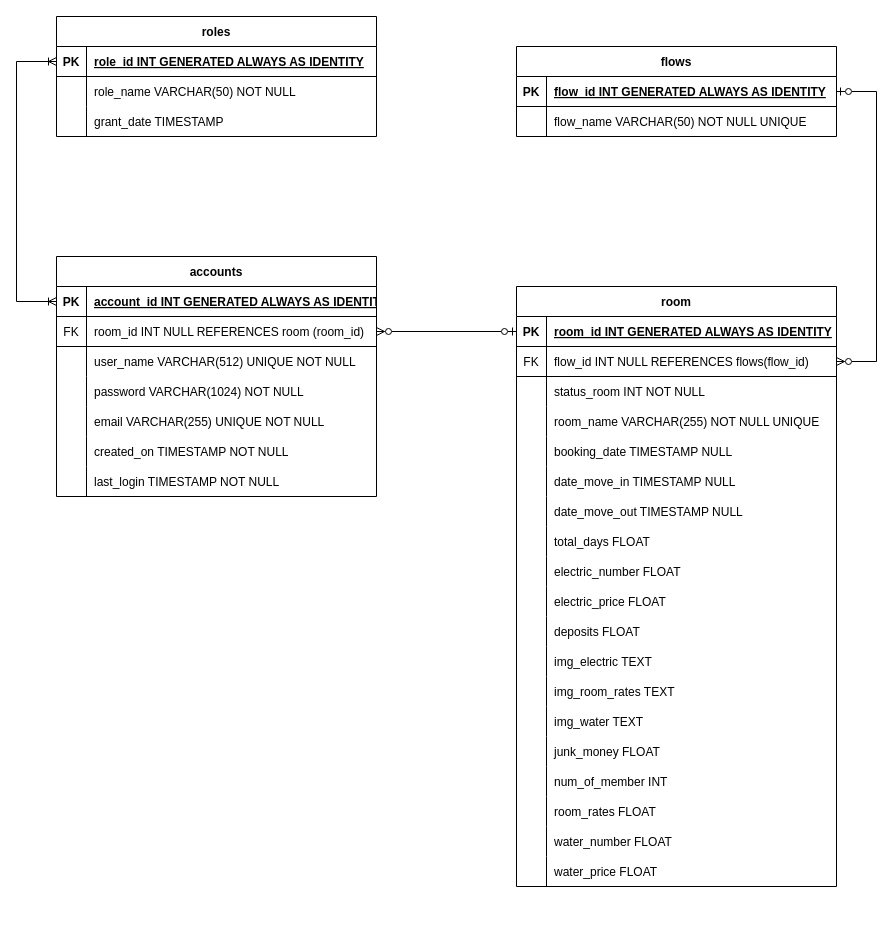
hp210693/motel keeps this draw.io diagram as page "databases" (1 of 2) of architecture-overview/motel.drawio. Above is the earlier version. Source tidied: cells renumbered, new cells numbered last; positions are measured from the earlier drawing's top-left corner, leaving out a move shared by most shapes. Both pictures are drawn from the tidied source at 100%, with x=0, y=0 at pixel (16, 16).
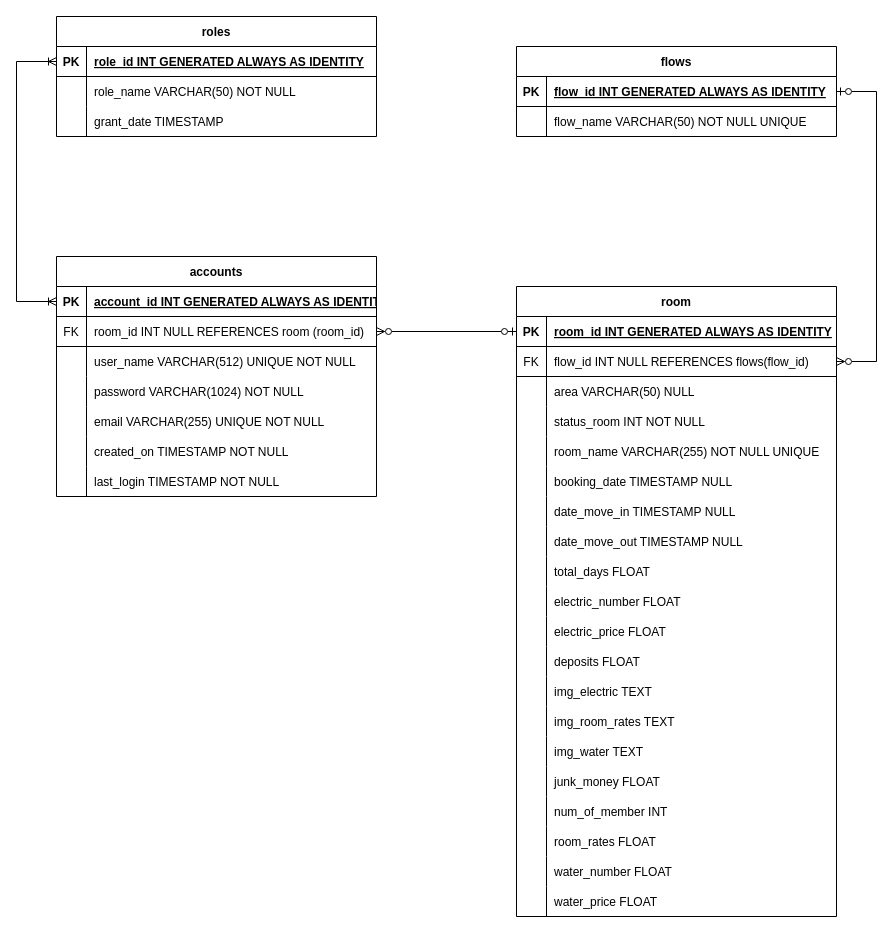
The same page after the edit.

The change refers to these unchanged cells:
```xml
<mxCell id="39" style="group;" parent="1" vertex="1">
  <mxGeometry x="500" y="30" width="360" height="690" as="geometry" />
</mxCell>
<mxCell id="54" style="shape=tableRow;horizontal=0;startSize=0;swimlaneHead=0;swimlaneBody=0;fillColor=none;strokeColor=inherit;top=0;left=0;right=0;bottom=0;" parent="47" vertex="1">
  <mxGeometry y="90" width="320" height="30" as="geometry" />
</mxCell>
```

What changed in the source:
```diff
@@
     <mxCell id="47" value="room" style="shape=table;startSize=30;childLayout=tableLayout;rowLines=0;fontStyle=1;align=center;" parent="39" vertex="1">
-      <mxGeometry y="240" width="320" height="600" as="geometry" />
+      <mxGeometry y="240" width="320" height="630" as="geometry" />
     </mxCell>
@@
-    <mxCell id="56" value="status_room INT NOT NULL" style="shape=partialRectangle;overflow=hidden;fillColor=none;align=left;strokeColor=inherit;top=0;left=0;bottom=0;right=0;spacingLeft=6;" parent="54" vertex="1">
+    <mxCell id="56" value="area VARCHAR(50) NULL" style="shape=partialRectangle;overflow=hidden;fillColor=none;align=left;strokeColor=inherit;top=0;left=0;bottom=0;right=0;spacingLeft=6;" parent="54" vertex="1">
       <mxGeometry x="30" width="290" height="30" as="geometry" />
     </mxCell>
+    <mxCell id="106" style="shape=tableRow;horizontal=0;startSize=0;swimlaneHead=0;swimlaneBody=0;fillColor=none;strokeColor=inherit;top=0;left=0;right=0;bottom=0;" parent="47" vertex="1">
+      <mxGeometry y="120" width="320" height="30" as="geometry" />
+    </mxCell>
+    <mxCell id="107" style="shape=partialRectangle;overflow=hidden;fillColor=none;strokeColor=inherit;top=0;left=0;bottom=0;right=0;" parent="106" vertex="1">
+      <mxGeometry width="30" height="30" as="geometry" />
+    </mxCell>
+    <mxCell id="108" value="status_room INT NOT NULL" style="shape=partialRectangle;overflow=hidden;fillColor=none;align=left;strokeColor=inherit;top=0;left=0;bottom=0;right=0;spacingLeft=6;" parent="106" vertex="1">
+      <mxGeometry x="30" width="290" height="30" as="geometry" />
+    </mxCell>
     <mxCell id="57" style="shape=tableRow;horizontal=0;startSize=0;swimlaneHead=0;swimlaneBody=0;fillColor=none;strokeColor=inherit;top=0;left=0;right=0;bottom=0;" parent="47" vertex="1">
-      <mxGeometry y="120" width="320" height="30" as="geometry" />
+      <mxGeometry y="150" width="320" height="30" as="geometry" />
     </mxCell>
@@
     <mxCell id="60" style="shape=tableRow;horizontal=0;startSize=0;swimlaneHead=0;swimlaneBody=0;fillColor=none;strokeColor=inherit;top=0;left=0;right=0;bottom=0;" parent="47" vertex="1">
-      <mxGeometry y="150" width="320" height="30" as="geometry" />
+      <mxGeometry y="180" width="320" height="30" as="geometry" />
     </mxCell>
@@
     <mxCell id="63" style="shape=tableRow;horizontal=0;startSize=0;swimlaneHead=0;swimlaneBody=0;fillColor=none;strokeColor=inherit;top=0;left=0;right=0;bottom=0;" parent="47" vertex="1">
-      <mxGeometry y="180" width="320" height="30" as="geometry" />
+      <mxGeometry y="210" width="320" height="30" as="geometry" />
     </mxCell>
@@
     <mxCell id="66" style="shape=tableRow;horizontal=0;startSize=0;swimlaneHead=0;swimlaneBody=0;fillColor=none;strokeColor=inherit;top=0;left=0;right=0;bottom=0;" parent="47" vertex="1">
-      <mxGeometry y="210" width="320" height="30" as="geometry" />
+      <mxGeometry y="240" width="320" height="30" as="geometry" />
     </mxCell>
@@
     <mxCell id="69" style="shape=tableRow;horizontal=0;startSize=0;swimlaneHead=0;swimlaneBody=0;fillColor=none;strokeColor=inherit;top=0;left=0;right=0;bottom=0;" parent="47" vertex="1">
-      <mxGeometry y="240" width="320" height="30" as="geometry" />
+      <mxGeometry y="270" width="320" height="30" as="geometry" />
     </mxCell>
@@
     <mxCell id="72" style="shape=tableRow;horizontal=0;startSize=0;swimlaneHead=0;swimlaneBody=0;fillColor=none;strokeColor=inherit;top=0;left=0;right=0;bottom=0;" parent="47" vertex="1">
-      <mxGeometry y="270" width="320" height="30" as="geometry" />
+      <mxGeometry y="300" width="320" height="30" as="geometry" />
     </mxCell>
@@
     <mxCell id="75" style="shape=tableRow;horizontal=0;startSize=0;swimlaneHead=0;swimlaneBody=0;fillColor=none;strokeColor=inherit;top=0;left=0;right=0;bottom=0;" parent="47" vertex="1">
-      <mxGeometry y="300" width="320" height="30" as="geometry" />
+      <mxGeometry y="330" width="320" height="30" as="geometry" />
     </mxCell>
@@
     <mxCell id="78" style="shape=tableRow;horizontal=0;startSize=0;swimlaneHead=0;swimlaneBody=0;fillColor=none;strokeColor=inherit;top=0;left=0;right=0;bottom=0;" parent="47" vertex="1">
-      <mxGeometry y="330" width="320" height="30" as="geometry" />
+      <mxGeometry y="360" width="320" height="30" as="geometry" />
     </mxCell>
@@
     <mxCell id="81" style="shape=tableRow;horizontal=0;startSize=0;swimlaneHead=0;swimlaneBody=0;fillColor=none;strokeColor=inherit;top=0;left=0;right=0;bottom=0;" parent="47" vertex="1">
-      <mxGeometry y="360" width="320" height="30" as="geometry" />
+      <mxGeometry y="390" width="320" height="30" as="geometry" />
     </mxCell>
@@
     <mxCell id="84" style="shape=tableRow;horizontal=0;startSize=0;swimlaneHead=0;swimlaneBody=0;fillColor=none;strokeColor=inherit;top=0;left=0;right=0;bottom=0;" parent="47" vertex="1">
-      <mxGeometry y="390" width="320" height="30" as="geometry" />
+      <mxGeometry y="420" width="320" height="30" as="geometry" />
     </mxCell>
@@
     <mxCell id="87" style="shape=tableRow;horizontal=0;startSize=0;swimlaneHead=0;swimlaneBody=0;fillColor=none;strokeColor=inherit;top=0;left=0;right=0;bottom=0;" parent="47" vertex="1">
-      <mxGeometry y="420" width="320" height="30" as="geometry" />
+      <mxGeometry y="450" width="320" height="30" as="geometry" />
     </mxCell>
@@
     <mxCell id="90" style="shape=tableRow;horizontal=0;startSize=0;swimlaneHead=0;swimlaneBody=0;fillColor=none;strokeColor=inherit;top=0;left=0;right=0;bottom=0;" parent="47" vertex="1">
-      <mxGeometry y="450" width="320" height="30" as="geometry" />
+      <mxGeometry y="480" width="320" height="30" as="geometry" />
     </mxCell>
@@
     <mxCell id="93" style="shape=tableRow;horizontal=0;startSize=0;swimlaneHead=0;swimlaneBody=0;fillColor=none;strokeColor=inherit;top=0;left=0;right=0;bottom=0;" parent="47" vertex="1">
-      <mxGeometry y="480" width="320" height="30" as="geometry" />
+      <mxGeometry y="510" width="320" height="30" as="geometry" />
     </mxCell>
@@
     <mxCell id="96" style="shape=tableRow;horizontal=0;startSize=0;swimlaneHead=0;swimlaneBody=0;fillColor=none;strokeColor=inherit;top=0;left=0;right=0;bottom=0;" parent="47" vertex="1">
-      <mxGeometry y="510" width="320" height="30" as="geometry" />
+      <mxGeometry y="540" width="320" height="30" as="geometry" />
     </mxCell>
@@
     <mxCell id="99" style="shape=tableRow;horizontal=0;startSize=0;swimlaneHead=0;swimlaneBody=0;fillColor=none;strokeColor=inherit;top=0;left=0;right=0;bottom=0;" parent="47" vertex="1">
-      <mxGeometry y="540" width="320" height="30" as="geometry" />
+      <mxGeometry y="570" width="320" height="30" as="geometry" />
     </mxCell>
@@
     <mxCell id="102" style="shape=tableRow;horizontal=0;startSize=0;swimlaneHead=0;swimlaneBody=0;fillColor=none;strokeColor=inherit;top=0;left=0;right=0;bottom=0;" parent="47" vertex="1">
-      <mxGeometry y="570" width="320" height="30" as="geometry" />
+      <mxGeometry y="600" width="320" height="30" as="geometry" />
     </mxCell>
```
